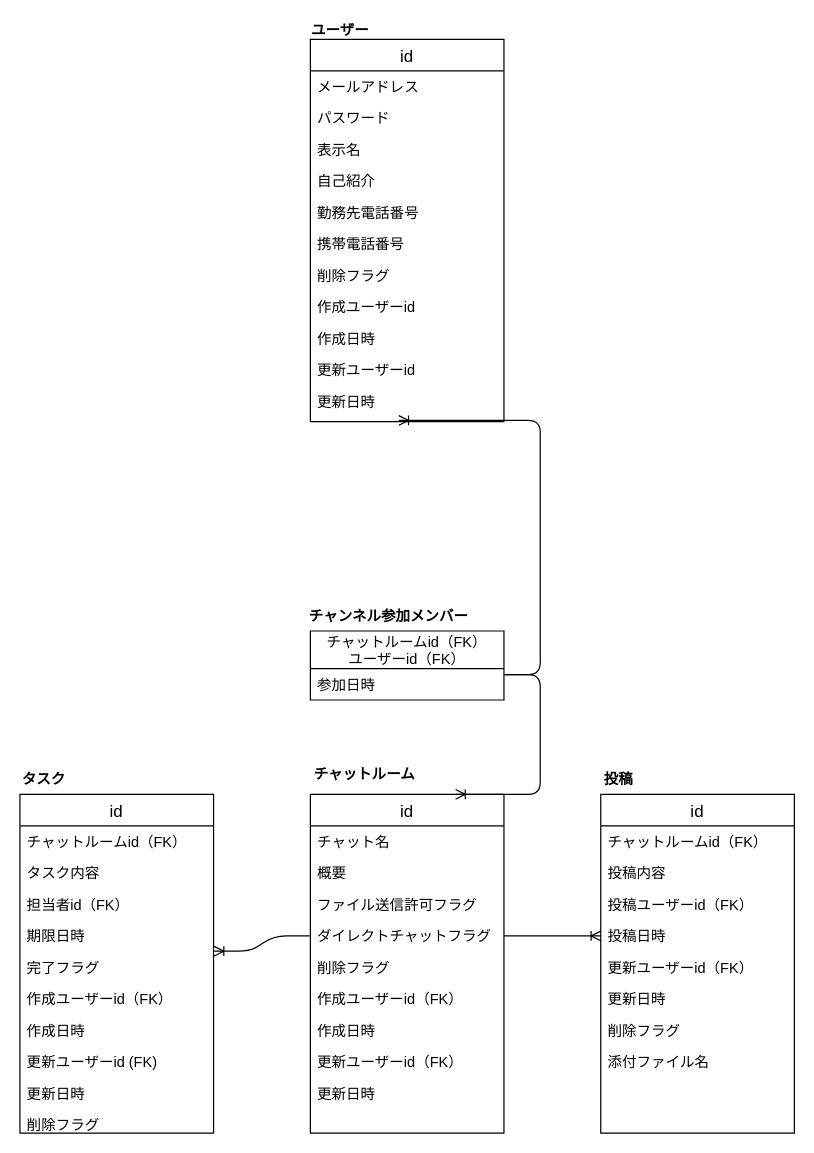
The draw.io diagram db/db-challenge1/er.drawio in KakoFujimoto/database, before the edit. Source tidied: cells renumbered, new cells numbered last; positions are measured from the earlier drawing's top-left corner, leaving out a move shared by most shapes. Both pictures are drawn from the tidied source at 121%, with x=0, y=0 at pixel (19, 19).
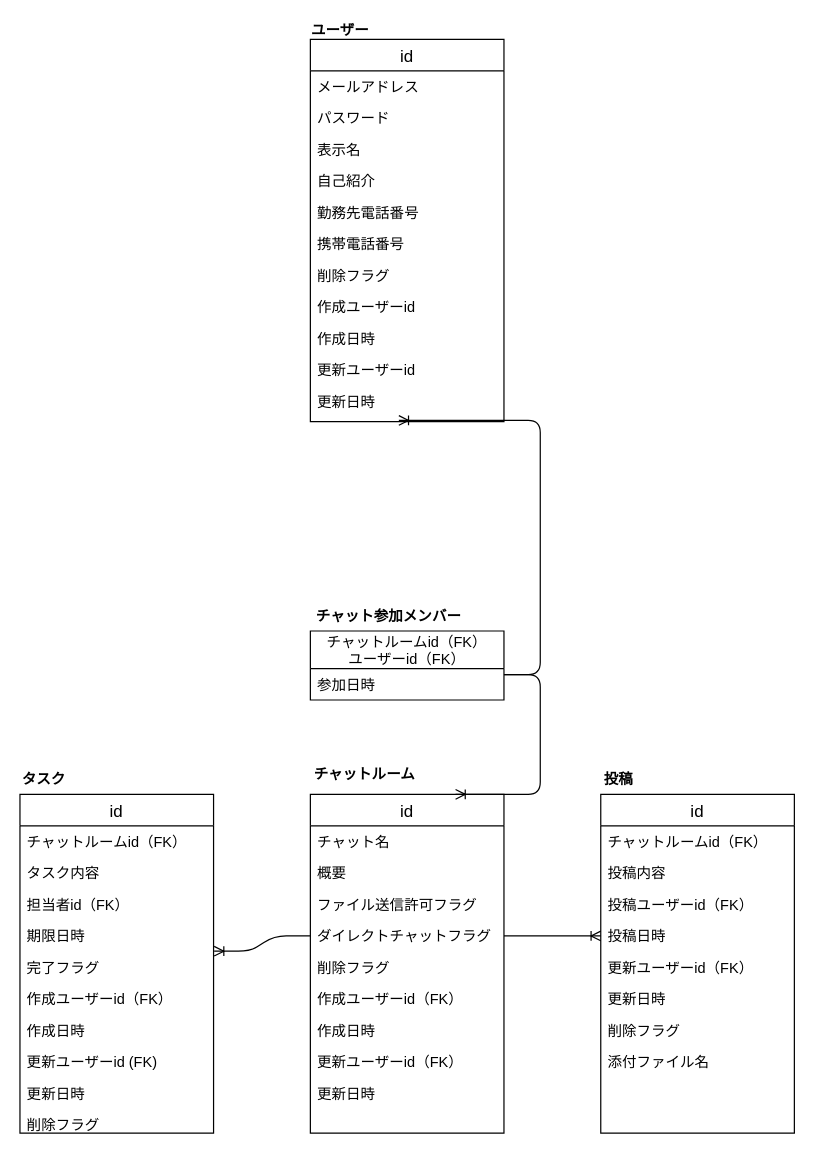
Above is the later version.

Commit message:
エンティティ名のみ修正

What changed in the source:
```diff
@@
-    <mxCell id="6" value="チャンネル参加メンバー" style="text;align=center;verticalAlign=middle;spacingLeft=4;spacingRight=4;fontSize=12;fontStyle=1;" parent="1" vertex="1">
+    <mxCell id="6" value="チャット参加メンバー" style="text;align=center;verticalAlign=middle;spacingLeft=4;spacingRight=4;fontSize=12;fontStyle=1;" parent="1" vertex="1">
       <mxGeometry x="240" y="479" width="130" height="26" as="geometry" />
     </mxCell>
```
